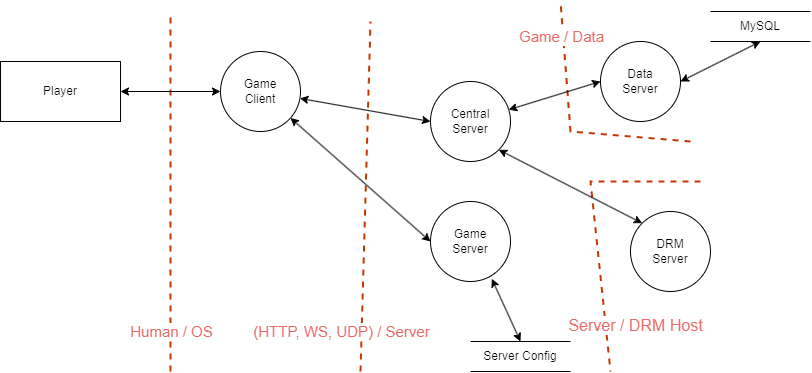
Above: fps/fps_dfd.drawio.png in magley/game-threat-model (draw.io), before the change. Source tidied: cells renumbered, new cells last; positions are measured from the earlier drawing's top-left corner, leaving out a move shared by most shapes. The source it was exported from:
```xml
<mxGraphModel>
  <root>
    <mxCell id="0" />
    <mxCell id="1" parent="0" />
    <mxCell id="2" style="endArrow=none;dashed=1;html=1;strokeWidth=2;rounded=0;fillColor=#fa6800;strokeColor=#C73500;" parent="1" edge="1">
      <mxGeometry relative="1" as="geometry">
        <mxPoint x="700" y="180" as="sourcePoint" />
        <mxPoint x="610" y="370" as="targetPoint" />
        <Array as="points">
          <mxPoint x="590" y="180" />
        </Array>
      </mxGeometry>
    </mxCell>
    <mxCell id="3" value="&lt;font color=&quot;#ea6b66&quot; style=&quot;font-size: 16px;&quot;&gt;Server / DRM Host&lt;/font&gt;" style="edgeLabel;html=1;align=center;verticalAlign=middle;" parent="2" vertex="1">
      <mxGeometry x="0.47" relative="1" as="geometry">
        <mxPoint x="33" y="33" as="offset" />
      </mxGeometry>
    </mxCell>
    <mxCell id="4" style="endArrow=none;dashed=1;html=1;strokeWidth=2;rounded=0;fillColor=#fa6800;strokeColor=#C73500;" parent="1" edge="1">
      <mxGeometry relative="1" as="geometry">
        <mxPoint x="690" y="140" as="sourcePoint" />
        <mxPoint x="560" as="targetPoint" />
        <Array as="points">
          <mxPoint x="570" y="130" />
        </Array>
      </mxGeometry>
    </mxCell>
    <mxCell id="5" value="&lt;font style=&quot;font-size: 15px;&quot; color=&quot;#ea6b66&quot;&gt;Game / Data&lt;/font&gt;" style="edgeLabel;html=1;align=center;verticalAlign=middle;" parent="4" vertex="1">
      <mxGeometry x="0.71" y="2" relative="1" as="geometry">
        <mxPoint y="-1" as="offset" />
      </mxGeometry>
    </mxCell>
    <mxCell id="6" style="endArrow=none;dashed=1;html=1;strokeWidth=2;rounded=0;fillColor=#fa6800;strokeColor=#C73500;" parent="1" edge="1">
      <mxGeometry relative="1" as="geometry">
        <mxPoint x="170" y="370" as="sourcePoint" />
        <mxPoint x="170" y="15" as="targetPoint" />
      </mxGeometry>
    </mxCell>
    <mxCell id="7" value="&lt;font style=&quot;font-size: 15px;&quot; color=&quot;#ea6b66&quot;&gt;Human / OS&lt;/font&gt;" style="edgeLabel;html=1;align=center;verticalAlign=middle;" parent="6" vertex="1">
      <mxGeometry x="-0.81" y="-1" relative="1" as="geometry">
        <mxPoint y="-7" as="offset" />
      </mxGeometry>
    </mxCell>
    <mxCell id="8" style="endArrow=none;dashed=1;html=1;strokeWidth=2;rounded=0;fillColor=#fa6800;strokeColor=#C73500;" parent="1" edge="1">
      <mxGeometry relative="1" as="geometry">
        <mxPoint x="360" y="370" as="sourcePoint" />
        <mxPoint x="370" y="20" as="targetPoint" />
      </mxGeometry>
    </mxCell>
    <mxCell id="9" value="&lt;font style=&quot;font-size: 15px;&quot; color=&quot;#ea6b66&quot;&gt;(HTTP, WS, UDP) / Server&lt;/font&gt;" style="edgeLabel;html=1;align=center;verticalAlign=middle;" parent="8" vertex="1">
      <mxGeometry x="-0.88" y="-1" relative="1" as="geometry">
        <mxPoint x="-21" y="-20" as="offset" />
      </mxGeometry>
    </mxCell>
    <mxCell id="10" style="rounded=0;jettySize=auto;html=1;entryX=0;entryY=0.5;entryDx=0;entryDy=0;startArrow=classic;startFill=1;" parent="1" edge="1" source="12" target="24">
      <mxGeometry relative="1" as="geometry" />
    </mxCell>
    <mxCell id="11" style="rounded=0;jettySize=auto;html=1;entryX=0;entryY=0.5;entryDx=0;entryDy=0;startArrow=classic;startFill=1;" parent="1" edge="1" source="12" target="16">
      <mxGeometry relative="1" as="geometry" />
    </mxCell>
    <mxCell id="12" value="Game&lt;div&gt;Client&lt;/div&gt;" style="ellipse;whiteSpace=wrap;html=1;" parent="1" vertex="1">
      <mxGeometry x="220" y="50" width="80" height="80" as="geometry" />
    </mxCell>
    <mxCell id="13" style="rounded=0;jettySize=auto;html=1;entryX=0;entryY=0.5;entryDx=0;entryDy=0;startArrow=classic;startFill=1;" parent="1" edge="1" source="14" target="12">
      <mxGeometry relative="1" as="geometry" />
    </mxCell>
    <mxCell id="14" value="Player" style="rounded=0;whiteSpace=wrap;html=1;" parent="1" vertex="1">
      <mxGeometry y="60" width="120" height="60" as="geometry" />
    </mxCell>
    <mxCell id="15" style="rounded=0;jettySize=auto;html=1;exitX=0.766;exitY=0.966;exitDx=0;exitDy=0;entryX=0.5;entryY=0;entryDx=0;entryDy=0;exitPerimeter=0;startArrow=classic;startFill=1;" parent="1" edge="1" source="16" target="30">
      <mxGeometry relative="1" as="geometry" />
    </mxCell>
    <mxCell id="16" value="Game&lt;div&gt;Server&lt;/div&gt;" style="ellipse;whiteSpace=wrap;html=1;" parent="1" vertex="1">
      <mxGeometry x="430" y="200" width="80" height="80" as="geometry" />
    </mxCell>
    <mxCell id="17" style="group;" parent="1" vertex="1">
      <mxGeometry x="710" y="10" width="100" height="30" as="geometry" />
    </mxCell>
    <mxCell id="18" style="endArrow=none;html=1;rounded=0;" parent="17" edge="1">
      <mxGeometry relative="1" as="geometry">
        <mxPoint as="sourcePoint" />
        <mxPoint x="100" as="targetPoint" />
      </mxGeometry>
    </mxCell>
    <mxCell id="19" style="endArrow=none;html=1;rounded=0;" parent="17" edge="1">
      <mxGeometry relative="1" as="geometry">
        <mxPoint y="30" as="sourcePoint" />
        <mxPoint x="100" y="30" as="targetPoint" />
      </mxGeometry>
    </mxCell>
    <mxCell id="20" value="MySQL" style="text;html=1;align=center;verticalAlign=middle;whiteSpace=wrap;rounded=0;" parent="17" vertex="1">
      <mxGeometry width="100" height="30" as="geometry" />
    </mxCell>
    <mxCell id="21" value="DRM&lt;div&gt;Server&lt;/div&gt;" style="ellipse;whiteSpace=wrap;html=1;" parent="1" vertex="1">
      <mxGeometry x="630" y="210" width="80" height="80" as="geometry" />
    </mxCell>
    <mxCell id="22" style="rounded=0;jettySize=auto;html=1;entryX=0;entryY=0.5;entryDx=0;entryDy=0;startArrow=classic;startFill=1;" parent="1" edge="1" source="24" target="26">
      <mxGeometry relative="1" as="geometry" />
    </mxCell>
    <mxCell id="23" style="rounded=0;jettySize=auto;html=1;exitX=1;exitY=1;exitDx=0;exitDy=0;entryX=0;entryY=0;entryDx=0;entryDy=0;startArrow=classic;startFill=1;" parent="1" edge="1" source="24" target="21">
      <mxGeometry relative="1" as="geometry" />
    </mxCell>
    <mxCell id="24" value="Central&lt;div&gt;Server&lt;/div&gt;" style="ellipse;whiteSpace=wrap;html=1;" parent="1" vertex="1">
      <mxGeometry x="430" y="80" width="80" height="80" as="geometry" />
    </mxCell>
    <mxCell id="25" style="rounded=0;jettySize=auto;html=1;entryX=0.5;entryY=1;entryDx=0;entryDy=0;exitX=1;exitY=0.5;exitDx=0;exitDy=0;startArrow=classic;startFill=1;" parent="1" edge="1" source="26" target="20">
      <mxGeometry relative="1" as="geometry" />
    </mxCell>
    <mxCell id="26" value="Data&lt;div&gt;Server&lt;/div&gt;" style="ellipse;whiteSpace=wrap;html=1;" parent="1" vertex="1">
      <mxGeometry x="600" y="40" width="80" height="80" as="geometry" />
    </mxCell>
    <mxCell id="27" style="group;" parent="1" vertex="1">
      <mxGeometry x="470" y="340" width="100" height="30" as="geometry" />
    </mxCell>
    <mxCell id="28" style="endArrow=none;html=1;rounded=0;" parent="27" edge="1">
      <mxGeometry relative="1" as="geometry">
        <mxPoint as="sourcePoint" />
        <mxPoint x="100" as="targetPoint" />
      </mxGeometry>
    </mxCell>
    <mxCell id="29" style="endArrow=none;html=1;rounded=0;" parent="27" edge="1">
      <mxGeometry relative="1" as="geometry">
        <mxPoint y="30" as="sourcePoint" />
        <mxPoint x="100" y="30" as="targetPoint" />
      </mxGeometry>
    </mxCell>
    <mxCell id="30" value="Server Config" style="text;html=1;align=center;verticalAlign=middle;whiteSpace=wrap;rounded=0;" parent="27" vertex="1">
      <mxGeometry width="100" height="30" as="geometry" />
    </mxCell>
  </root>
</mxGraphModel>
```
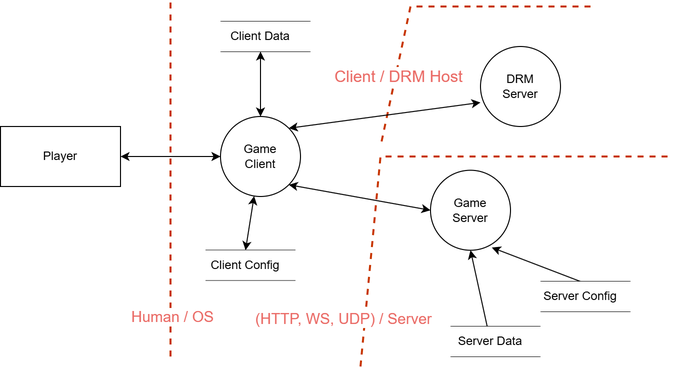
Later version of the same file.

Change to the diagram source:
```diff
@@ -2,130 +2,129 @@
   <root>
     <mxCell id="0" />
     <mxCell id="1" parent="0" />
-    <mxCell id="2" style="endArrow=none;dashed=1;html=1;strokeWidth=2;rounded=0;fillColor=#fa6800;strokeColor=#C73500;" parent="1" edge="1">
-      <mxGeometry relative="1" as="geometry">
-        <mxPoint x="700" y="180" as="sourcePoint" />
-        <mxPoint x="610" y="370" as="targetPoint" />
-        <Array as="points">
-          <mxPoint x="590" y="180" />
-        </Array>
-      </mxGeometry>
-    </mxCell>
-    <mxCell id="3" value="&lt;font color=&quot;#ea6b66&quot; style=&quot;font-size: 16px;&quot;&gt;Server / DRM Host&lt;/font&gt;" style="edgeLabel;html=1;align=center;verticalAlign=middle;" parent="2" vertex="1">
-      <mxGeometry x="0.47" relative="1" as="geometry">
-        <mxPoint x="33" y="33" as="offset" />
-      </mxGeometry>
-    </mxCell>
-    <mxCell id="4" style="endArrow=none;dashed=1;html=1;strokeWidth=2;rounded=0;fillColor=#fa6800;strokeColor=#C73500;" parent="1" edge="1">
-      <mxGeometry relative="1" as="geometry">
-        <mxPoint x="690" y="140" as="sourcePoint" />
-        <mxPoint x="560" as="targetPoint" />
-        <Array as="points">
-          <mxPoint x="570" y="130" />
-        </Array>
-      </mxGeometry>
-    </mxCell>
-    <mxCell id="5" value="&lt;font style=&quot;font-size: 15px;&quot; color=&quot;#ea6b66&quot;&gt;Game / Data&lt;/font&gt;" style="edgeLabel;html=1;align=center;verticalAlign=middle;" parent="4" vertex="1">
-      <mxGeometry x="0.71" y="2" relative="1" as="geometry">
-        <mxPoint y="-1" as="offset" />
-      </mxGeometry>
-    </mxCell>
-    <mxCell id="6" style="endArrow=none;dashed=1;html=1;strokeWidth=2;rounded=0;fillColor=#fa6800;strokeColor=#C73500;" parent="1" edge="1">
-      <mxGeometry relative="1" as="geometry">
-        <mxPoint x="170" y="370" as="sourcePoint" />
-        <mxPoint x="170" y="15" as="targetPoint" />
-      </mxGeometry>
-    </mxCell>
+    <mxCell id="31" style="endArrow=none;dashed=1;html=1;strokeWidth=2;rounded=0;fillColor=#fa6800;strokeColor=#C73500;" parent="1" edge="1">
+      <mxGeometry relative="1" as="geometry">
+        <mxPoint x="590" y="20" as="sourcePoint" />
+        <mxPoint x="380" y="160" as="targetPoint" />
+        <Array as="points">
+          <mxPoint x="410" y="20" />
+        </Array>
+      </mxGeometry>
+    </mxCell>
+    <mxCell id="32" value="&lt;font color=&quot;#ea6b66&quot; style=&quot;font-size: 16px;&quot;&gt;Client / DRM Host&lt;/font&gt;" style="edgeLabel;html=1;align=center;verticalAlign=middle;" parent="31" vertex="1">
+      <mxGeometry x="0.47" relative="1" as="geometry">
+        <mxPoint y="13" as="offset" />
+      </mxGeometry>
+    </mxCell>
+    <mxCell id="33" style="endArrow=none;dashed=1;html=1;strokeWidth=2;rounded=0;fillColor=#fa6800;strokeColor=#C73500;" parent="1" edge="1">
+      <mxGeometry relative="1" as="geometry">
+        <mxPoint x="170" y="370" as="sourcePoint" />
+        <mxPoint x="170" y="15" as="targetPoint" />
+      </mxGeometry>
+    </mxCell>
-    <mxCell id="7" value="&lt;font style=&quot;font-size: 15px;&quot; color=&quot;#ea6b66&quot;&gt;Human / OS&lt;/font&gt;" style="edgeLabel;html=1;align=center;verticalAlign=middle;" parent="6" vertex="1">
+    <mxCell id="7" value="&lt;font style=&quot;font-size: 15px;&quot; color=&quot;#ea6b66&quot;&gt;Human / OS&lt;/font&gt;" style="edgeLabel;html=1;align=center;verticalAlign=middle;" parent="33" vertex="1">
       <mxGeometry x="-0.81" y="-1" relative="1" as="geometry">
         <mxPoint y="-7" as="offset" />
       </mxGeometry>
     </mxCell>
-    <mxCell id="8" style="endArrow=none;dashed=1;html=1;strokeWidth=2;rounded=0;fillColor=#fa6800;strokeColor=#C73500;" parent="1" edge="1">
-      <mxGeometry relative="1" as="geometry">
-        <mxPoint x="360" y="370" as="sourcePoint" />
-        <mxPoint x="370" y="20" as="targetPoint" />
-      </mxGeometry>
-    </mxCell>
+    <mxCell id="34" style="endArrow=none;dashed=1;html=1;strokeWidth=2;rounded=0;fillColor=#fa6800;strokeColor=#C73500;" parent="1" edge="1">
+      <mxGeometry relative="1" as="geometry">
+        <mxPoint x="360" y="380" as="sourcePoint" />
+        <mxPoint x="670" y="170" as="targetPoint" />
+        <Array as="points">
+          <mxPoint x="380" y="170" />
+        </Array>
+      </mxGeometry>
+    </mxCell>
-    <mxCell id="9" value="&lt;font style=&quot;font-size: 15px;&quot; color=&quot;#ea6b66&quot;&gt;(HTTP, WS, UDP) / Server&lt;/font&gt;" style="edgeLabel;html=1;align=center;verticalAlign=middle;" parent="8" vertex="1">
+    <mxCell id="9" value="&lt;font style=&quot;font-size: 15px;&quot; color=&quot;#ea6b66&quot;&gt;(HTTP, WS, UDP) / Server&lt;/font&gt;" style="edgeLabel;html=1;align=center;verticalAlign=middle;" parent="34" vertex="1">
       <mxGeometry x="-0.88" y="-1" relative="1" as="geometry">
         <mxPoint x="-21" y="-20" as="offset" />
       </mxGeometry>
     </mxCell>
-    <mxCell id="10" style="rounded=0;jettySize=auto;html=1;entryX=0;entryY=0.5;entryDx=0;entryDy=0;startArrow=classic;startFill=1;" parent="1" edge="1" source="12" target="24">
-      <mxGeometry relative="1" as="geometry" />
-    </mxCell>
-    <mxCell id="11" style="rounded=0;jettySize=auto;html=1;entryX=0;entryY=0.5;entryDx=0;entryDy=0;startArrow=classic;startFill=1;" parent="1" edge="1" source="12" target="16">
+    <mxCell id="11" style="rounded=0;jettySize=auto;html=1;entryX=0;entryY=0.5;entryDx=0;entryDy=0;startArrow=classic;startFill=1;exitX=1;exitY=1;exitDx=0;exitDy=0;" parent="1" edge="1" source="12" target="16">
       <mxGeometry relative="1" as="geometry" />
     </mxCell>
+    <mxCell id="35" style="rounded=0;jettySize=auto;html=1;entryX=0.5;entryY=1;entryDx=0;entryDy=0;startArrow=classic;startFill=1;" parent="1" edge="1" source="12" target="44">
+      <mxGeometry relative="1" as="geometry" />
+    </mxCell>
+    <mxCell id="36" style="rounded=0;jettySize=auto;html=1;entryX=0.5;entryY=0;entryDx=0;entryDy=0;startArrow=classic;startFill=1;" parent="1" edge="1" source="12" target="41">
+      <mxGeometry relative="1" as="geometry" />
+    </mxCell>
     <mxCell id="12" value="Game&lt;div&gt;Client&lt;/div&gt;" style="ellipse;whiteSpace=wrap;html=1;" parent="1" vertex="1">
-      <mxGeometry x="220" y="50" width="80" height="80" as="geometry" />
+      <mxGeometry x="220" y="130" width="80" height="80" as="geometry" />
     </mxCell>
     <mxCell id="13" style="rounded=0;jettySize=auto;html=1;entryX=0;entryY=0.5;entryDx=0;entryDy=0;startArrow=classic;startFill=1;" parent="1" edge="1" source="14" target="12">
       <mxGeometry relative="1" as="geometry" />
     </mxCell>
     <mxCell id="14" value="Player" style="rounded=0;whiteSpace=wrap;html=1;" parent="1" vertex="1">
-      <mxGeometry y="60" width="120" height="60" as="geometry" />
+      <mxGeometry y="140" width="120" height="60" as="geometry" />
     </mxCell>
-    <mxCell id="15" style="rounded=0;jettySize=auto;html=1;exitX=0.766;exitY=0.966;exitDx=0;exitDy=0;entryX=0.5;entryY=0;entryDx=0;entryDy=0;exitPerimeter=0;startArrow=classic;startFill=1;" parent="1" edge="1" source="16" target="30">
+    <mxCell id="15" style="rounded=0;jettySize=auto;html=1;exitX=0.766;exitY=0.966;exitDx=0;exitDy=0;entryX=0.5;entryY=0;entryDx=0;entryDy=0;exitPerimeter=0;startArrow=classic;startFill=1;endArrow=none;endFill=0;" parent="1" edge="1" source="16" target="30">
       <mxGeometry relative="1" as="geometry" />
     </mxCell>
     <mxCell id="16" value="Game&lt;div&gt;Server&lt;/div&gt;" style="ellipse;whiteSpace=wrap;html=1;" parent="1" vertex="1">
-      <mxGeometry x="430" y="200" width="80" height="80" as="geometry" />
+      <mxGeometry x="430" y="183.8" width="80" height="80" as="geometry" />
     </mxCell>
-    <mxCell id="17" style="group;" parent="1" vertex="1">
-      <mxGeometry x="710" y="10" width="100" height="30" as="geometry" />
-    </mxCell>
-    <mxCell id="18" style="endArrow=none;html=1;rounded=0;" parent="17" edge="1">
-      <mxGeometry relative="1" as="geometry">
-        <mxPoint as="sourcePoint" />
-        <mxPoint x="100" as="targetPoint" />
-      </mxGeometry>
-    </mxCell>
-    <mxCell id="19" style="endArrow=none;html=1;rounded=0;" parent="17" edge="1">
-      <mxGeometry relative="1" as="geometry">
-        <mxPoint y="30" as="sourcePoint" />
-        <mxPoint x="100" y="30" as="targetPoint" />
-      </mxGeometry>
-    </mxCell>
-    <mxCell id="20" value="MySQL" style="text;html=1;align=center;verticalAlign=middle;whiteSpace=wrap;rounded=0;" parent="17" vertex="1">
-      <mxGeometry width="100" height="30" as="geometry" />
-    </mxCell>
     <mxCell id="21" value="DRM&lt;div&gt;Server&lt;/div&gt;" style="ellipse;whiteSpace=wrap;html=1;" parent="1" vertex="1">
-      <mxGeometry x="630" y="210" width="80" height="80" as="geometry" />
+      <mxGeometry x="480" y="60" width="80" height="80" as="geometry" />
     </mxCell>
-    <mxCell id="22" style="rounded=0;jettySize=auto;html=1;entryX=0;entryY=0.5;entryDx=0;entryDy=0;startArrow=classic;startFill=1;" parent="1" edge="1" source="24" target="26">
-      <mxGeometry relative="1" as="geometry" />
-    </mxCell>
-    <mxCell id="23" style="rounded=0;jettySize=auto;html=1;exitX=1;exitY=1;exitDx=0;exitDy=0;entryX=0;entryY=0;entryDx=0;entryDy=0;startArrow=classic;startFill=1;" parent="1" edge="1" source="24" target="21">
-      <mxGeometry relative="1" as="geometry" />
-    </mxCell>
-    <mxCell id="24" value="Central&lt;div&gt;Server&lt;/div&gt;" style="ellipse;whiteSpace=wrap;html=1;" parent="1" vertex="1">
-      <mxGeometry x="430" y="80" width="80" height="80" as="geometry" />
-    </mxCell>
-    <mxCell id="25" style="rounded=0;jettySize=auto;html=1;entryX=0.5;entryY=1;entryDx=0;entryDy=0;exitX=1;exitY=0.5;exitDx=0;exitDy=0;startArrow=classic;startFill=1;" parent="1" edge="1" source="26" target="20">
-      <mxGeometry relative="1" as="geometry" />
-    </mxCell>
-    <mxCell id="26" value="Data&lt;div&gt;Server&lt;/div&gt;" style="ellipse;whiteSpace=wrap;html=1;" parent="1" vertex="1">
-      <mxGeometry x="600" y="40" width="80" height="80" as="geometry" />
-    </mxCell>
-    <mxCell id="27" style="group;" parent="1" vertex="1">
-      <mxGeometry x="470" y="340" width="100" height="30" as="geometry" />
-    </mxCell>
-    <mxCell id="28" style="endArrow=none;html=1;rounded=0;" parent="27" edge="1">
-      <mxGeometry relative="1" as="geometry">
-        <mxPoint as="sourcePoint" />
-        <mxPoint x="100" as="targetPoint" />
-      </mxGeometry>
-    </mxCell>
-    <mxCell id="29" style="endArrow=none;html=1;rounded=0;" parent="27" edge="1">
-      <mxGeometry relative="1" as="geometry">
-        <mxPoint y="30" as="sourcePoint" />
-        <mxPoint x="100" y="30" as="targetPoint" />
-      </mxGeometry>
-    </mxCell>
+    <mxCell id="37" style="rounded=0;jettySize=auto;html=1;exitX=1;exitY=0;exitDx=0;exitDy=0;entryX=0;entryY=0.7;entryDx=0;entryDy=0;startArrow=classic;startFill=1;entryPerimeter=0;" parent="1" edge="1" source="12" target="21">
+      <mxGeometry relative="1" as="geometry" />
+    </mxCell>
+    <mxCell id="38" style="rounded=0;jettySize=auto;html=1;entryX=0.5;entryY=1;entryDx=0;entryDy=0;" parent="1" edge="1" source="47" target="16">
+      <mxGeometry relative="1" as="geometry" />
+    </mxCell>
+    <mxCell id="39" style="endArrow=none;html=1;rounded=0;entryX=1;entryY=0;entryDx=0;entryDy=0;" parent="1" edge="1" target="41">
+      <mxGeometry relative="1" as="geometry">
+        <mxPoint x="205" y="263.8" as="sourcePoint" />
+      </mxGeometry>
+    </mxCell>
+    <mxCell id="40" style="endArrow=none;html=1;rounded=0;entryX=1;entryY=1;entryDx=0;entryDy=0;" parent="1" edge="1" target="41">
+      <mxGeometry relative="1" as="geometry">
+        <mxPoint x="205" y="293.8" as="sourcePoint" />
+      </mxGeometry>
+    </mxCell>
+    <mxCell id="41" value="Client Config" style="text;html=1;align=center;verticalAlign=middle;whiteSpace=wrap;rounded=0;fillColor=default;" parent="1" vertex="1">
+      <mxGeometry x="195" y="263.8" width="100" height="30" as="geometry" />
+    </mxCell>
+    <mxCell id="42" style="endArrow=none;html=1;rounded=0;entryX=1;entryY=0;entryDx=0;entryDy=0;" parent="1" edge="1" target="44">
+      <mxGeometry relative="1" as="geometry">
+        <mxPoint x="220" y="35" as="sourcePoint" />
+      </mxGeometry>
+    </mxCell>
+    <mxCell id="43" style="endArrow=none;html=1;rounded=0;entryX=1;entryY=1;entryDx=0;entryDy=0;" parent="1" edge="1" target="44">
+      <mxGeometry relative="1" as="geometry">
+        <mxPoint x="220" y="65" as="sourcePoint" />
+      </mxGeometry>
+    </mxCell>
+    <mxCell id="44" value="Client Data" style="text;html=1;align=center;verticalAlign=middle;whiteSpace=wrap;rounded=0;fillColor=default;" parent="1" vertex="1">
+      <mxGeometry x="210" y="35" width="100" height="30" as="geometry" />
+    </mxCell>
+    <mxCell id="45" style="endArrow=none;html=1;rounded=0;entryX=1;entryY=0;entryDx=0;entryDy=0;" parent="1" edge="1" target="47">
+      <mxGeometry relative="1" as="geometry">
+        <mxPoint x="450" y="340" as="sourcePoint" />
+      </mxGeometry>
+    </mxCell>
+    <mxCell id="46" style="endArrow=none;html=1;rounded=0;entryX=1;entryY=1;entryDx=0;entryDy=0;" parent="1" edge="1" target="47">
+      <mxGeometry relative="1" as="geometry">
+        <mxPoint x="450" y="370" as="sourcePoint" />
+      </mxGeometry>
+    </mxCell>
+    <mxCell id="47" value="Server Data" style="text;html=1;align=center;verticalAlign=middle;whiteSpace=wrap;rounded=0;fillColor=default;" parent="1" vertex="1">
+      <mxGeometry x="440" y="340" width="100" height="30" as="geometry" />
+    </mxCell>
+    <mxCell id="48" style="endArrow=none;html=1;rounded=0;entryX=1;entryY=0;entryDx=0;entryDy=0;" parent="1" edge="1" target="30">
+      <mxGeometry relative="1" as="geometry">
+        <mxPoint x="540" y="295" as="sourcePoint" />
+      </mxGeometry>
+    </mxCell>
+    <mxCell id="49" style="endArrow=none;html=1;rounded=0;entryX=1;entryY=1;entryDx=0;entryDy=0;" parent="1" edge="1" target="30">
+      <mxGeometry relative="1" as="geometry">
+        <mxPoint x="540" y="325" as="sourcePoint" />
+      </mxGeometry>
+    </mxCell>
-    <mxCell id="30" value="Server Config" style="text;html=1;align=center;verticalAlign=middle;whiteSpace=wrap;rounded=0;" parent="27" vertex="1">
-      <mxGeometry width="100" height="30" as="geometry" />
+    <mxCell id="30" value="Server Config" style="text;html=1;align=center;verticalAlign=middle;whiteSpace=wrap;rounded=0;fillColor=default;" parent="1" vertex="1">
+      <mxGeometry x="530" y="295" width="100" height="30" as="geometry" />
     </mxCell>
   </root>
 </mxGraphModel>
```
